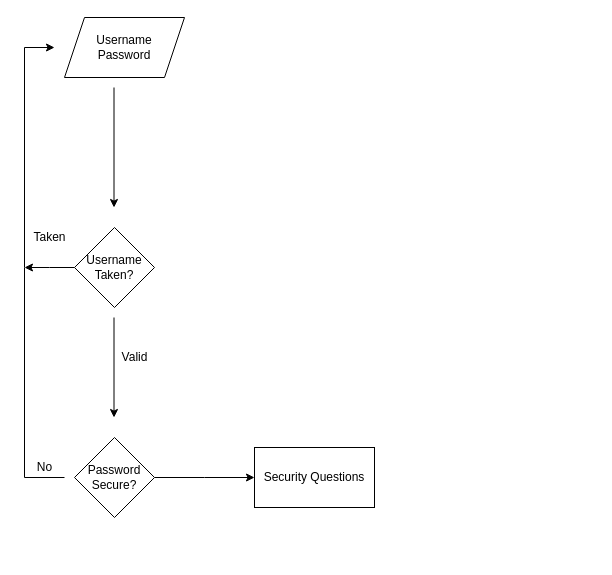
Above: page "Create User" (2 of 3) of Documentation/Password Flow.drawio in didikid3/PasswordApplication_Python (draw.io), before the change. Source tidied: cells renumbered, new cells numbered last; positions are measured from the earlier drawing's top-left corner, leaving out a move shared by most shapes. Both pictures are drawn from the tidied source at 100%, with x=0, y=0 at pixel (24, 17).
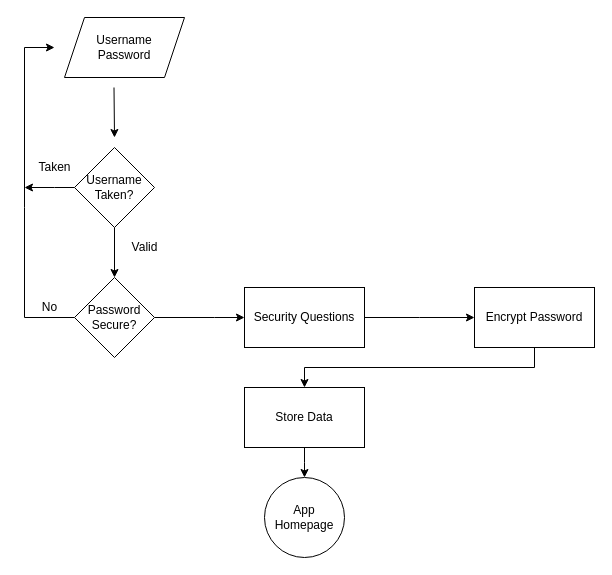
After the change.

Diff of the diagram source:
```diff
@@
     <mxCell id="3" style="edgeStyle=elbowEdgeStyle;rounded=0;jettySize=auto;elbow=vertical;html=1;exitX=0;exitY=0.5;exitDx=0;exitDy=0;" parent="1" edge="1" source="4">
       <mxGeometry relative="1" as="geometry">
-        <mxPoint y="250" as="targetPoint" />
+        <mxPoint y="170" as="targetPoint" />
+        <Array as="points">
+          <mxPoint x="30" y="170" />
+        </Array>
       </mxGeometry>
     </mxCell>
     <mxCell id="4" value="Username&lt;br&gt;Taken?" style="rhombus;whiteSpace=wrap;html=1;" parent="1" vertex="1">
-      <mxGeometry x="50" y="210" width="80" height="80" as="geometry" />
+      <mxGeometry x="50" y="130" width="80" height="80" as="geometry" />
     </mxCell>
-    <mxCell id="5" style="endArrow=classic;html=1;rounded=0;" parent="1" edge="1">
+    <mxCell id="5" style="endArrow=classic;html=1;rounded=0;exitX=0;exitY=0.5;exitDx=0;exitDy=0;" parent="1" edge="1" source="11">
       <mxGeometry relative="1" as="geometry">
-        <mxPoint x="40" y="460" as="sourcePoint" />
         <mxPoint x="30" y="30" as="targetPoint" />
         <Array as="points">
-          <mxPoint y="460" />
-          <mxPoint y="250" />
+          <mxPoint y="300" />
+          <mxPoint y="190" />
           <mxPoint y="30" />
         </Array>
       </mxGeometry>
     </mxCell>
     <mxCell id="6" value="Taken" style="text;html=1;align=center;verticalAlign=middle;strokeColor=none;fillColor=none;" parent="1" vertex="1">
-      <mxGeometry y="210" width="50" height="20" as="geometry" />
+      <mxGeometry x="5" y="140" width="50" height="20" as="geometry" />
     </mxCell>
     <mxCell id="7" style="endArrow=classic;html=1;rounded=0;" parent="1" edge="1">
       <mxGeometry relative="1" as="geometry">
         <mxPoint x="89.5" y="70" as="sourcePoint" />
-        <mxPoint x="89.5" y="190" as="targetPoint" />
+        <mxPoint x="90" y="120" as="targetPoint" />
       </mxGeometry>
     </mxCell>
     <mxCell id="8" style="endArrow=classic;html=1;rounded=0;" parent="1" edge="1">
       <mxGeometry relative="1" as="geometry">
-        <mxPoint x="89.5" y="300" as="sourcePoint" />
-        <mxPoint x="89.5" y="400" as="targetPoint" />
+        <mxPoint x="90" y="210" as="sourcePoint" />
+        <mxPoint x="90" y="260" as="targetPoint" />
       </mxGeometry>
     </mxCell>
     <mxCell id="9" value="Valid" style="text;html=1;align=center;verticalAlign=middle;strokeColor=none;fillColor=none;" parent="1" vertex="1">
-      <mxGeometry x="90" y="330" width="40" height="20" as="geometry" />
+      <mxGeometry x="100" y="220" width="40" height="20" as="geometry" />
     </mxCell>
-    <mxCell id="10" style="edgeStyle=elbowEdgeStyle;rounded=0;jettySize=auto;elbow=vertical;html=1;exitX=1;exitY=0.5;exitDx=0;exitDy=0;" parent="1" edge="1" source="11">
+    <mxCell id="10" style="edgeStyle=elbowEdgeStyle;rounded=0;jettySize=auto;elbow=vertical;html=1;exitX=1;exitY=0.5;exitDx=0;exitDy=0;entryX=0;entryY=0.5;entryDx=0;entryDy=0;" parent="1" edge="1" source="11" target="13">
       <mxGeometry relative="1" as="geometry">
-        <mxPoint x="230" y="460" as="targetPoint" />
+        <Array as="points">
+          <mxPoint x="190" y="300" />
+        </Array>
       </mxGeometry>
     </mxCell>
     <mxCell id="11" value="Password&lt;br&gt;Secure?" style="rhombus;whiteSpace=wrap;html=1;" parent="1" vertex="1">
-      <mxGeometry x="50" y="420" width="80" height="80" as="geometry" />
+      <mxGeometry x="50" y="260" width="80" height="80" as="geometry" />
     </mxCell>
     <mxCell id="12" value="No" style="text;html=1;align=center;verticalAlign=middle;strokeColor=none;fillColor=none;" parent="1" vertex="1">
-      <mxGeometry x="5" y="440" width="30" height="20" as="geometry" />
+      <mxGeometry x="10" y="280" width="30" height="20" as="geometry" />
     </mxCell>
+    <mxCell id="14" style="edgeStyle=elbowEdgeStyle;rounded=0;jettySize=auto;elbow=vertical;html=1;" parent="1" edge="1" source="13" target="16">
+      <mxGeometry relative="1" as="geometry" />
+    </mxCell>
     <mxCell id="13" value="Security Questions" style="rounded=0;whiteSpace=wrap;html=1;" parent="1" vertex="1">
-      <mxGeometry x="230" y="430" width="120" height="60" as="geometry" />
+      <mxGeometry x="220" y="270" width="120" height="60" as="geometry" />
     </mxCell>
+    <mxCell id="15" style="edgeStyle=elbowEdgeStyle;rounded=0;jettySize=auto;elbow=vertical;html=1;" parent="1" edge="1" source="16" target="18">
+      <mxGeometry relative="1" as="geometry" />
+    </mxCell>
+    <mxCell id="16" value="Encrypt Password" style="rounded=0;whiteSpace=wrap;html=1;" parent="1" vertex="1">
+      <mxGeometry x="450" y="270" width="120" height="60" as="geometry" />
+    </mxCell>
+    <mxCell id="17" style="edgeStyle=elbowEdgeStyle;rounded=0;jettySize=auto;elbow=vertical;html=1;entryX=0.5;entryY=0;entryDx=0;entryDy=0;" parent="1" edge="1" source="18" target="19">
+      <mxGeometry relative="1" as="geometry" />
+    </mxCell>
+    <mxCell id="18" value="Store Data" style="rounded=0;whiteSpace=wrap;html=1;" parent="1" vertex="1">
+      <mxGeometry x="220" y="370" width="120" height="60" as="geometry" />
+    </mxCell>
+    <mxCell id="19" value="App&lt;br&gt;Homepage" style="ellipse;whiteSpace=wrap;html=1;" parent="1" vertex="1">
+      <mxGeometry x="240" y="460" width="80" height="80" as="geometry" />
+    </mxCell>
```
